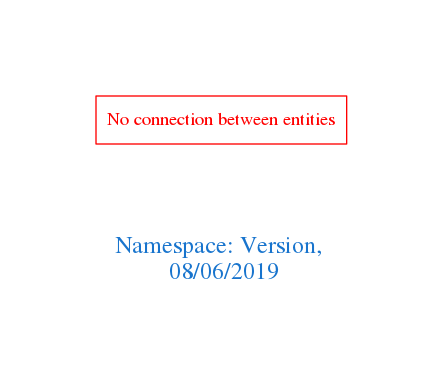
Above: downloads/Version.png in arago/OGIT (Graphviz), before the change. Its source is kept beside it as downloads/Version.dot.
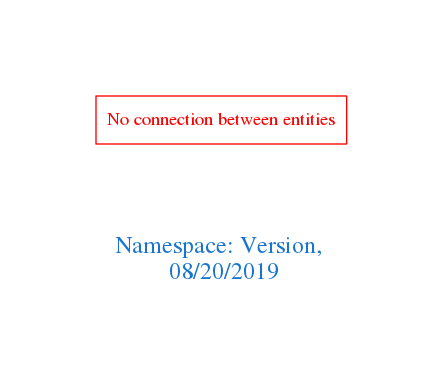
The same file after the commit.

The edit, as a diff of the source:
```diff
@@ -1,7 +1,7 @@
 digraph OGIT_ontology {
  graph [ rankdir= LR,pad=1
 fontsize = 18,
-fontcolor= dodgerblue3,label = "\n\n\nNamespace: Version, \n 08/06/2019"];
+fontcolor= dodgerblue3,label = "\n\n\nNamespace: Version, \n 08/20/2019"];
 node[shape=polygon];
 edge [  color="gray81"];
 
```
